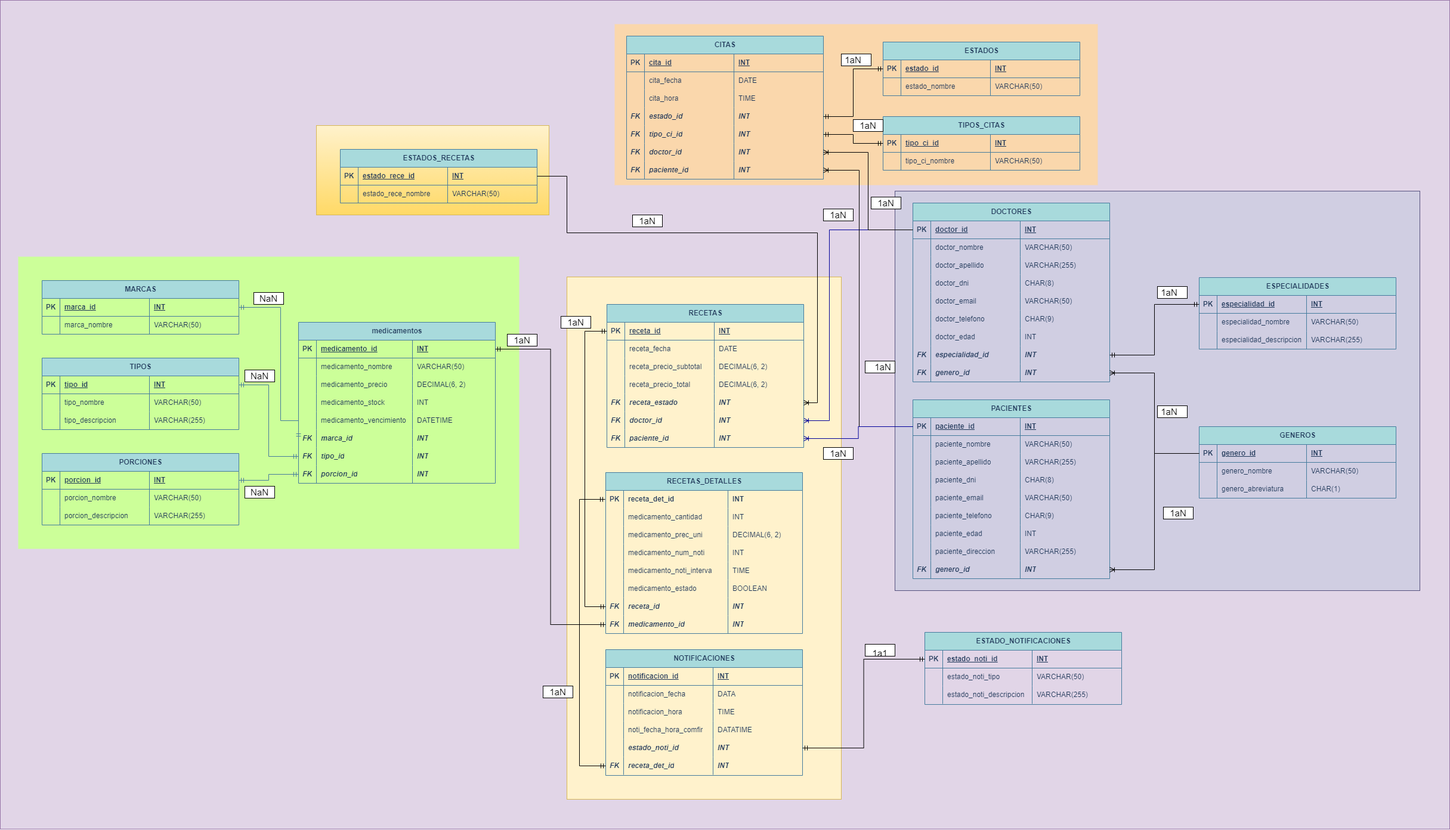
Earlier version of the draw.io export docConnect.drawio.png (jetaype21/BD-GRUPOUNO). Source tidied: cells renumbered, new cells last; positions are measured from the earlier drawing's top-left corner, leaving out a move shared by most shapes.
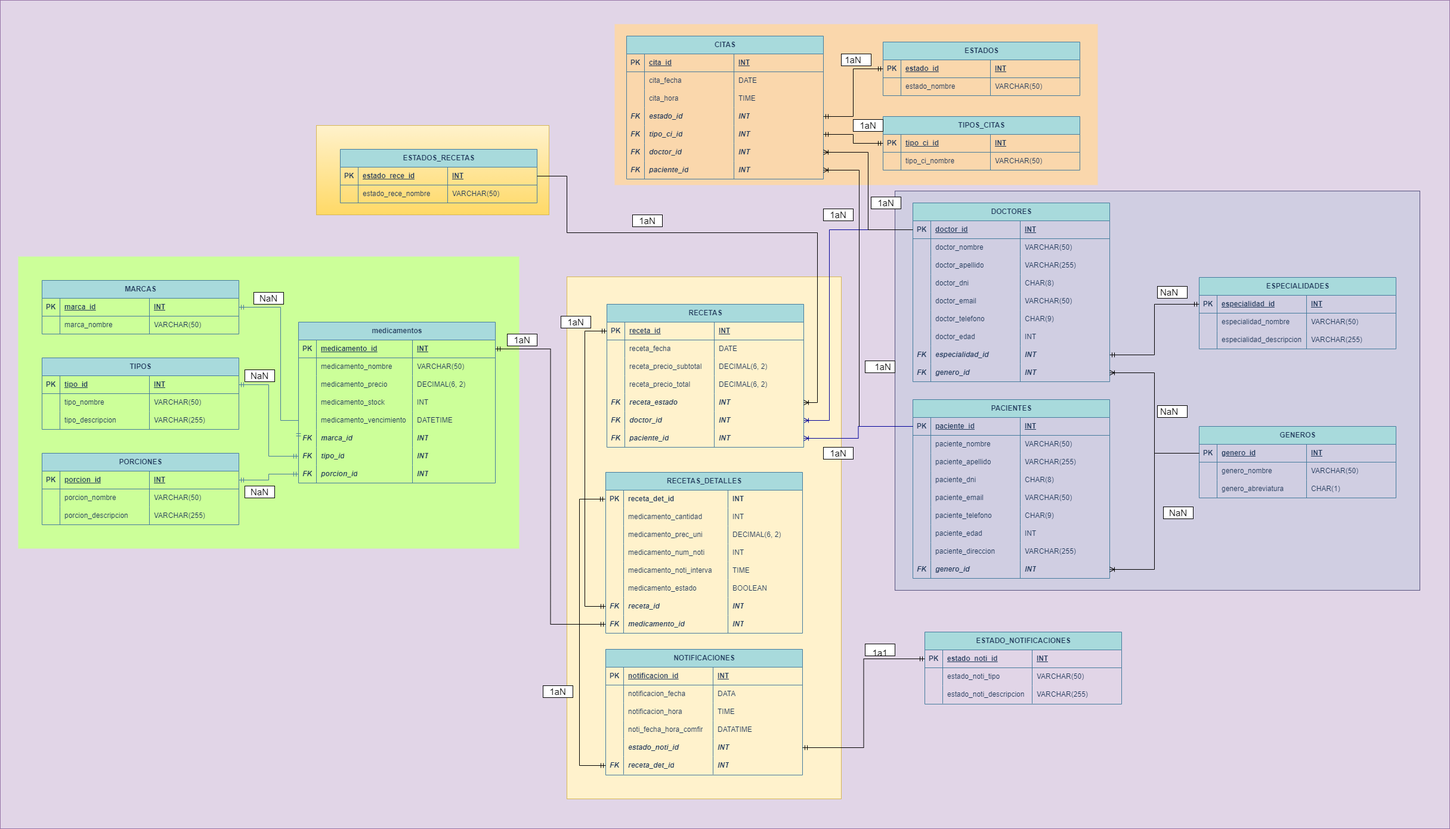
The same diagram one commit later.

Diff of the diagram source:
```diff
@@ -1168,13 +1168,13 @@
     <mxCell id="379" value="1aN" style="text;html=1;strokeColor=none;fillColor=none;align=center;verticalAlign=middle;whiteSpace=wrap;rounded=0;fontSize=15;" parent="1" vertex="1">
       <mxGeometry x="1455" y="325" width="60" height="30" as="geometry" />
     </mxCell>
-    <mxCell id="380" value="1aN" style="text;html=1;strokeColor=none;fillColor=none;align=center;verticalAlign=middle;whiteSpace=wrap;rounded=0;fontSize=15;" parent="1" vertex="1">
+    <mxCell id="380" value="NaN" style="text;html=1;strokeColor=none;fillColor=none;align=center;verticalAlign=middle;whiteSpace=wrap;rounded=0;fontSize=15;" parent="1" vertex="1">
       <mxGeometry x="1945" y="845" width="60" height="30" as="geometry" />
     </mxCell>
-    <mxCell id="381" value="1aN" style="text;html=1;strokeColor=none;fillColor=none;align=center;verticalAlign=middle;whiteSpace=wrap;rounded=0;fontSize=15;" parent="1" vertex="1">
+    <mxCell id="381" value="NaN" style="text;html=1;strokeColor=none;fillColor=none;align=center;verticalAlign=middle;whiteSpace=wrap;rounded=0;fontSize=15;" parent="1" vertex="1">
       <mxGeometry x="1930" y="675" width="60" height="30" as="geometry" />
     </mxCell>
-    <mxCell id="382" value="1aN" style="text;html=1;strokeColor=none;fillColor=none;align=center;verticalAlign=middle;whiteSpace=wrap;rounded=0;fontSize=15;" parent="1" vertex="1">
+    <mxCell id="382" value="NaN" style="text;html=1;strokeColor=none;fillColor=none;align=center;verticalAlign=middle;whiteSpace=wrap;rounded=0;fontSize=15;" parent="1" vertex="1">
       <mxGeometry x="1930" y="475" width="60" height="30" as="geometry" />
     </mxCell>
   </root>
```
